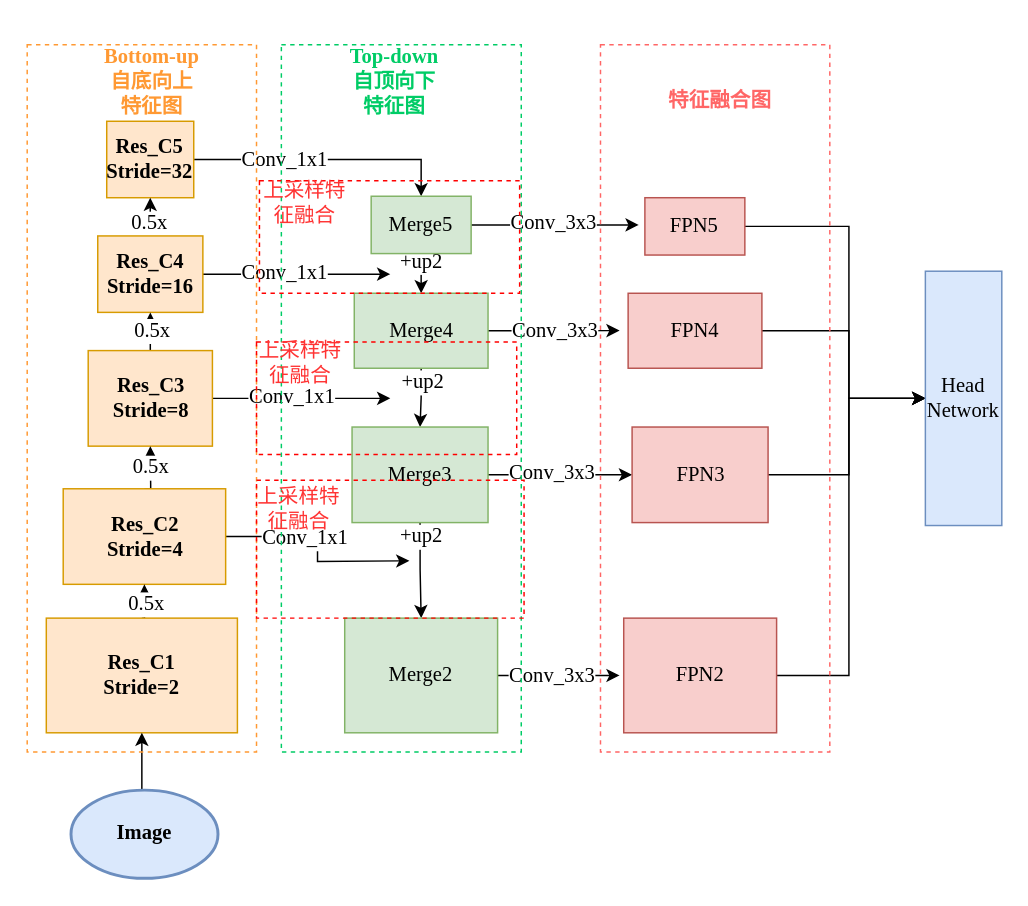
Above: FPN.drawio in paleblackless/diagrams (draw.io), before the change. Source tidied: cells renumbered, new cells numbered last; positions are measured from the earlier drawing's top-left corner, leaving out a move shared by most shapes. Both pictures are drawn from the tidied source at 147%, with x=0, y=0 at pixel (26, 44).
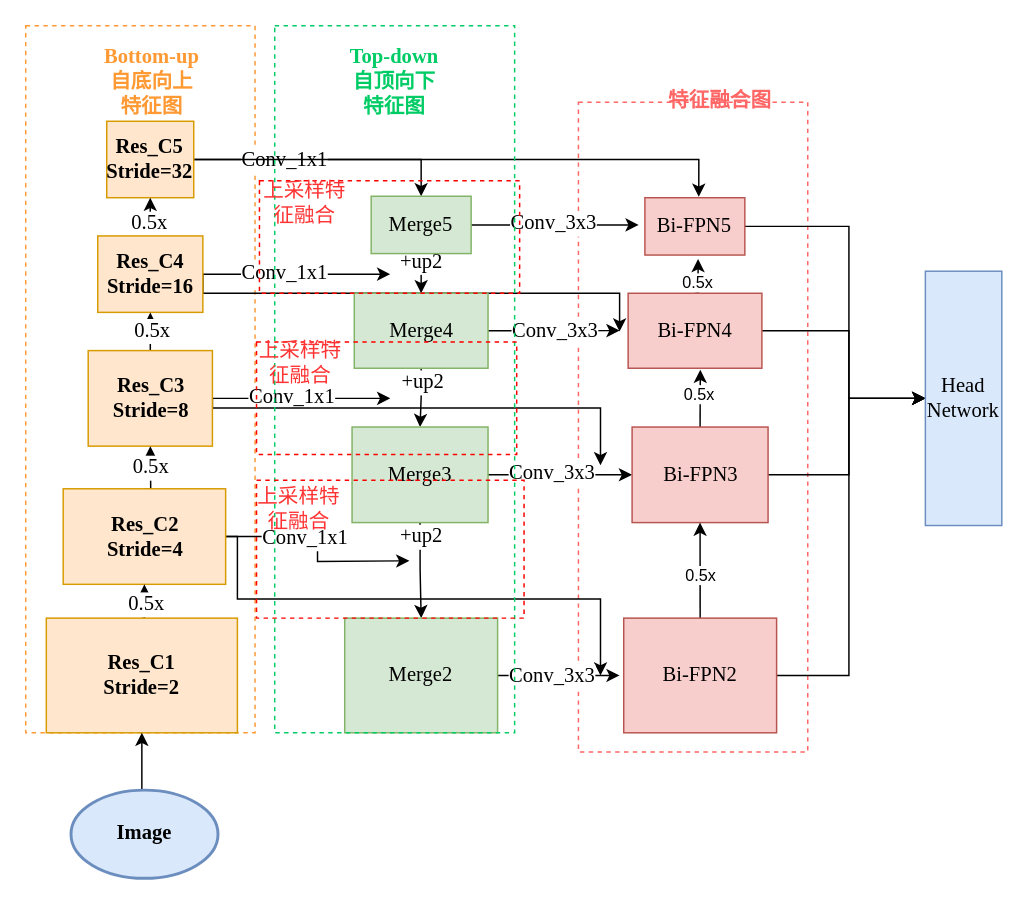
The same page after the edit.

Unchanged cells that the change refers to:
```xml
<mxCell id="4" value="&lt;span style=&quot;font-size: 14px;&quot;&gt;Res_C5&lt;/span&gt;&lt;br style=&quot;font-size: 14px;&quot;&gt;&lt;span style=&quot;font-size: 14px;&quot;&gt;Stride=32&lt;/span&gt;" style="rounded=0;whiteSpace=wrap;html=1;fillColor=#ffe6cc;strokeColor=#d79b00;fontStyle=1;fontFamily=Times New Roman;fontSize=14;" parent="1" vertex="1">
  <mxGeometry x="54.1" y="52" width="59.2" height="52" as="geometry" />
</mxCell>
<mxCell id="14" value="&lt;span style=&quot;font-size: 14px;&quot;&gt;Res_C3&lt;/span&gt;&lt;br style=&quot;font-size: 14px;&quot;&gt;&lt;span style=&quot;font-size: 14px;&quot;&gt;Stride=8&lt;/span&gt;" style="rounded=0;whiteSpace=wrap;html=1;fillColor=#ffe6cc;strokeColor=#d79b00;fontStyle=1;fontFamily=Times New Roman;fontSize=14;" parent="1" vertex="1">
  <mxGeometry x="41.5" y="208" width="84.5" height="65" as="geometry" />
</mxCell>
<mxCell id="19" value="&lt;span style=&quot;font-size: 14px;&quot;&gt;Res_C2&lt;/span&gt;&lt;br style=&quot;font-size: 14px;&quot;&gt;&lt;span style=&quot;font-size: 14px;&quot;&gt;Stride=4&lt;/span&gt;" style="rounded=0;whiteSpace=wrap;html=1;fillColor=#ffe6cc;strokeColor=#d79b00;fontStyle=1;fontFamily=Times New Roman;fontSize=14;" parent="1" vertex="1">
  <mxGeometry x="24.5" y="302" width="110.5" height="65" as="geometry" />
</mxCell>
```

What changed in the source:
```diff
@@
+    <mxCell id="62" style="rounded=0;whiteSpace=wrap;html=1;dashed=1;fontFamily=Times New Roman;fontSize=14;fontColor=#FF9933;strokeColor=#FF6666;fillColor=none;" parent="1" vertex="1">
+      <mxGeometry x="375" y="39" width="156" height="442" as="geometry" />
+    </mxCell>
+    <mxCell id="52" style="rounded=0;whiteSpace=wrap;html=1;fontFamily=Times New Roman;fontSize=14;dashed=1;fillColor=none;strokeColor=#FF9933;" parent="1" vertex="1">
+      <mxGeometry x="-1" y="-13" width="156" height="481" as="geometry" />
+    </mxCell>
@@
+    <mxCell id="64" style="edgeStyle=orthogonalEdgeStyle;rounded=0;jettySize=auto;html=1;exitX=1;exitY=0.5;exitDx=0;exitDy=0;entryX=0.539;entryY=-0.015;entryDx=0;entryDy=0;entryPerimeter=0;" parent="1" edge="1" source="4" target="44">
+      <mxGeometry relative="1" as="geometry" />
+    </mxCell>
@@
+    <mxCell id="65" style="edgeStyle=orthogonalEdgeStyle;rounded=0;orthogonalLoop=1;jettySize=auto;html=1;exitX=1;exitY=0.5;exitDx=0;exitDy=0;" parent="1" edge="1">
+      <mxGeometry relative="1" as="geometry">
+        <mxPoint x="119.5" y="156" as="sourcePoint" />
+        <mxPoint x="403" y="195" as="targetPoint" />
+        <Array as="points">
+          <mxPoint x="119" y="169" />
+          <mxPoint x="403" y="169" />
+        </Array>
+      </mxGeometry>
+    </mxCell>
@@
+    <mxCell id="66" style="edgeStyle=orthogonalEdgeStyle;rounded=0;jettySize=auto;html=1;exitX=1;exitY=0.5;exitDx=0;exitDy=0;" parent="1" edge="1" source="14">
+      <mxGeometry relative="1" as="geometry">
+        <mxPoint x="390" y="286" as="targetPoint" />
+        <Array as="points">
+          <mxPoint x="126" y="247" />
+          <mxPoint x="390" y="247" />
+        </Array>
+      </mxGeometry>
+    </mxCell>
@@
+    <mxCell id="67" style="edgeStyle=orthogonalEdgeStyle;rounded=0;jettySize=auto;html=1;exitX=1;exitY=0.5;exitDx=0;exitDy=0;" parent="1" edge="1" source="19">
+      <mxGeometry relative="1" as="geometry">
+        <mxPoint x="390" y="429" as="targetPoint" />
+        <Array as="points">
+          <mxPoint x="143" y="335" />
+          <mxPoint x="143" y="377" />
+          <mxPoint x="390" y="377" />
+        </Array>
+      </mxGeometry>
+    </mxCell>
@@
-    <mxCell id="44" value="FPN5" style="rounded=0;whiteSpace=wrap;html=1;fontFamily=Times New Roman;fontSize=14;fillColor=#f8cecc;strokeColor=#b85450;" parent="1" vertex="1">
+    <mxCell id="44" value="Bi-FPN5" style="rounded=0;whiteSpace=wrap;html=1;fontFamily=Times New Roman;fontSize=14;fillColor=#f8cecc;strokeColor=#b85450;" parent="1" vertex="1">
       <mxGeometry x="420.2" y="104" width="68" height="39" as="geometry" />
     </mxCell>
@@
+    <mxCell id="68" style="edgeStyle=orthogonalEdgeStyle;rounded=0;jettySize=auto;html=1;exitX=0.5;exitY=0;exitDx=0;exitDy=0;entryX=0.532;entryY=1.069;entryDx=0;entryDy=0;entryPerimeter=0;" parent="1" edge="1" source="46" target="44">
+      <mxGeometry relative="1" as="geometry" />
+    </mxCell>
+    <mxCell id="69" value="0.5x" style="edgeLabel;html=1;align=center;verticalAlign=middle;" parent="68" vertex="1">
+      <mxGeometry x="-0.24" y="1" relative="1" as="geometry" />
+    </mxCell>
-    <mxCell id="46" value="FPN4" style="rounded=0;whiteSpace=wrap;html=1;fontFamily=Times New Roman;fontSize=14;fillColor=#f8cecc;strokeColor=#b85450;" parent="1" vertex="1">
+    <mxCell id="46" value="Bi-FPN4" style="rounded=0;whiteSpace=wrap;html=1;fontFamily=Times New Roman;fontSize=14;fillColor=#f8cecc;strokeColor=#b85450;" parent="1" vertex="1">
       <mxGeometry x="408.8" y="169" width="91" height="51" as="geometry" />
     </mxCell>
@@
+    <mxCell id="70" style="edgeStyle=orthogonalEdgeStyle;rounded=0;jettySize=auto;html=1;exitX=0.5;exitY=0;exitDx=0;exitDy=0;" parent="1" edge="1" source="48">
+      <mxGeometry relative="1" as="geometry">
+        <mxPoint x="457.9" y="221" as="targetPoint" />
+      </mxGeometry>
+    </mxCell>
+    <mxCell id="71" value="0.5x" style="edgeLabel;html=1;align=center;verticalAlign=middle;" parent="70" vertex="1">
+      <mxGeometry x="0.11" y="1" relative="1" as="geometry" />
+    </mxCell>
-    <mxCell id="48" value="FPN3" style="rounded=0;whiteSpace=wrap;html=1;fontFamily=Times New Roman;fontSize=14;fillColor=#f8cecc;strokeColor=#b85450;" parent="1" vertex="1">
+    <mxCell id="48" value="Bi-FPN3" style="rounded=0;whiteSpace=wrap;html=1;fontFamily=Times New Roman;fontSize=14;fillColor=#f8cecc;strokeColor=#b85450;" parent="1" vertex="1">
       <mxGeometry x="411.5" y="260" width="92.5" height="65" as="geometry" />
     </mxCell>
@@
+    <mxCell id="72" style="edgeStyle=orthogonalEdgeStyle;rounded=0;jettySize=auto;html=1;exitX=0.5;exitY=0;exitDx=0;exitDy=0;entryX=0.5;entryY=1;entryDx=0;entryDy=0;" parent="1" edge="1" source="50" target="48">
+      <mxGeometry relative="1" as="geometry" />
+    </mxCell>
+    <mxCell id="73" value="0.5x" style="edgeLabel;html=1;align=center;verticalAlign=middle;" parent="72" vertex="1">
+      <mxGeometry x="-0.07" relative="1" as="geometry" />
+    </mxCell>
-    <mxCell id="50" value="FPN2" style="rounded=0;whiteSpace=wrap;html=1;fontFamily=Times New Roman;fontSize=14;fillColor=#f8cecc;strokeColor=#b85450;" parent="1" vertex="1">
+    <mxCell id="50" value="Bi-FPN2" style="rounded=0;whiteSpace=wrap;html=1;fontFamily=Times New Roman;fontSize=14;fillColor=#f8cecc;strokeColor=#b85450;" parent="1" vertex="1">
       <mxGeometry x="405.8" y="390" width="104" height="78" as="geometry" />
     </mxCell>
@@
-    <mxCell id="52" style="rounded=0;whiteSpace=wrap;html=1;fontFamily=Times New Roman;fontSize=14;dashed=1;fillColor=none;strokeColor=#FF9933;" parent="1" vertex="1">
-      <mxGeometry width="156" height="481" as="geometry" />
-    </mxCell>
@@
     <mxCell id="54" style="rounded=0;whiteSpace=wrap;html=1;fontFamily=Times New Roman;fontSize=14;dashed=1;fillColor=none;strokeColor=#00CC66;" parent="1" vertex="1">
-      <mxGeometry x="172.9" width="163.2" height="481" as="geometry" />
+      <mxGeometry x="168.4" y="-13" width="163.2" height="481" as="geometry" />
     </mxCell>
@@
-    <mxCell id="62" style="rounded=0;whiteSpace=wrap;html=1;dashed=1;fontFamily=Times New Roman;fontSize=14;fontColor=#FF9933;strokeColor=#FF6666;fillColor=none;" parent="1" vertex="1">
-      <mxGeometry x="390" width="156" height="481" as="geometry" />
-    </mxCell>
```
